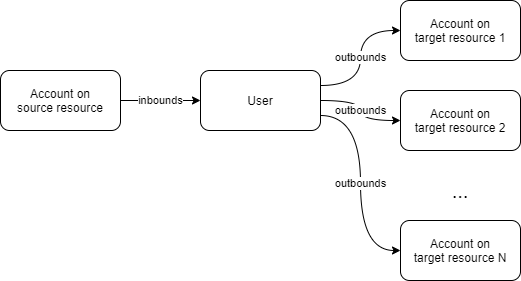
Evolveum/docs keeps this draw.io diagram as midpoint/projects/midscale/design/testing-design/system-perf-test/general.png. Above is the earlier version. Source tidied: cells renumbered, new cells last; positions are measured from the earlier drawing's top-left corner, leaving out a move shared by most shapes. Source of this version:
```xml
<mxGraphModel>
  <root>
    <mxCell id="0" />
    <mxCell id="1" parent="0" />
    <mxCell id="2" value="inbounds" style="edgeStyle=orthogonalEdgeStyle;rounded=0;jettySize=auto;html=1;exitX=1;exitY=0.5;exitDx=0;exitDy=0;entryX=0;entryY=0.5;entryDx=0;entryDy=0;" parent="1" edge="1" source="3" target="7">
      <mxGeometry relative="1" as="geometry" />
    </mxCell>
    <mxCell id="3" value="Account on&lt;br&gt;source resource" style="rounded=1;whiteSpace=wrap;html=1;" parent="1" vertex="1">
      <mxGeometry y="70" width="120" height="60" as="geometry" />
    </mxCell>
    <mxCell id="4" value="outbounds" style="edgeStyle=orthogonalEdgeStyle;curved=1;rounded=0;jettySize=auto;html=1;exitX=1;exitY=0.25;exitDx=0;exitDy=0;entryX=0;entryY=0.5;entryDx=0;entryDy=0;" parent="1" edge="1" source="7" target="8">
      <mxGeometry relative="1" as="geometry" />
    </mxCell>
    <mxCell id="5" value="outbounds" style="edgeStyle=orthogonalEdgeStyle;curved=1;rounded=0;jettySize=auto;html=1;exitX=1;exitY=0.5;exitDx=0;exitDy=0;entryX=0;entryY=0.5;entryDx=0;entryDy=0;" parent="1" edge="1" source="7" target="9">
      <mxGeometry relative="1" as="geometry" />
    </mxCell>
    <mxCell id="6" value="outbounds" style="edgeStyle=orthogonalEdgeStyle;curved=1;rounded=0;jettySize=auto;html=1;exitX=1;exitY=0.75;exitDx=0;exitDy=0;entryX=0;entryY=0.5;entryDx=0;entryDy=0;" parent="1" edge="1" source="7" target="10">
      <mxGeometry relative="1" as="geometry" />
    </mxCell>
    <mxCell id="7" value="User" style="rounded=1;whiteSpace=wrap;html=1;" parent="1" vertex="1">
      <mxGeometry x="200" y="70" width="120" height="60" as="geometry" />
    </mxCell>
    <mxCell id="8" value="Account on&lt;br&gt;target resource 1" style="rounded=1;whiteSpace=wrap;html=1;" parent="1" vertex="1">
      <mxGeometry x="400" width="120" height="60" as="geometry" />
    </mxCell>
    <mxCell id="9" value="Account on&lt;br&gt;target resource 2" style="rounded=1;whiteSpace=wrap;html=1;" parent="1" vertex="1">
      <mxGeometry x="400" y="90" width="120" height="60" as="geometry" />
    </mxCell>
    <mxCell id="10" value="Account on&lt;br&gt;target resource N" style="rounded=1;whiteSpace=wrap;html=1;" parent="1" vertex="1">
      <mxGeometry x="400" y="220" width="120" height="60" as="geometry" />
    </mxCell>
    <mxCell id="11" value="&lt;font style=&quot;font-size: 20px&quot;&gt;...&lt;/font&gt;" style="text;html=1;strokeColor=none;fillColor=none;align=center;verticalAlign=middle;whiteSpace=wrap;rounded=0;" parent="1" vertex="1">
      <mxGeometry x="440" y="180" width="40" height="20" as="geometry" />
    </mxCell>
  </root>
</mxGraphModel>
```
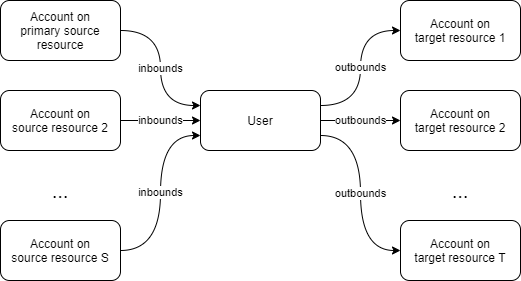
After the commit.

Change to the diagram source:
```diff
@@ -2,11 +2,11 @@
   <root>
     <mxCell id="0" />
     <mxCell id="1" parent="0" />
-    <mxCell id="2" value="inbounds" style="edgeStyle=orthogonalEdgeStyle;rounded=0;jettySize=auto;html=1;exitX=1;exitY=0.5;exitDx=0;exitDy=0;entryX=0;entryY=0.5;entryDx=0;entryDy=0;" parent="1" edge="1" source="3" target="7">
+    <mxCell id="2" value="inbounds" style="edgeStyle=orthogonalEdgeStyle;rounded=0;jettySize=auto;html=1;exitX=1;exitY=0.5;exitDx=0;exitDy=0;entryX=0;entryY=0.25;entryDx=0;entryDy=0;curved=1;" parent="1" edge="1" source="3" target="7">
       <mxGeometry relative="1" as="geometry" />
     </mxCell>
-    <mxCell id="3" value="Account on&lt;br&gt;source resource" style="rounded=1;whiteSpace=wrap;html=1;" parent="1" vertex="1">
-      <mxGeometry y="70" width="120" height="60" as="geometry" />
+    <mxCell id="3" value="Account on&lt;br&gt;primary source resource" style="rounded=1;whiteSpace=wrap;html=1;" parent="1" vertex="1">
+      <mxGeometry width="120" height="60" as="geometry" />
     </mxCell>
     <mxCell id="4" value="outbounds" style="edgeStyle=orthogonalEdgeStyle;curved=1;rounded=0;jettySize=auto;html=1;exitX=1;exitY=0.25;exitDx=0;exitDy=0;entryX=0;entryY=0.5;entryDx=0;entryDy=0;" parent="1" edge="1" source="7" target="8">
       <mxGeometry relative="1" as="geometry" />
@@ -18,7 +18,7 @@
       <mxGeometry relative="1" as="geometry" />
     </mxCell>
     <mxCell id="7" value="User" style="rounded=1;whiteSpace=wrap;html=1;" parent="1" vertex="1">
-      <mxGeometry x="200" y="70" width="120" height="60" as="geometry" />
+      <mxGeometry x="200" y="90" width="120" height="60" as="geometry" />
     </mxCell>
     <mxCell id="8" value="Account on&lt;br&gt;target resource 1" style="rounded=1;whiteSpace=wrap;html=1;" parent="1" vertex="1">
       <mxGeometry x="400" width="120" height="60" as="geometry" />
@@ -26,11 +26,26 @@
     <mxCell id="9" value="Account on&lt;br&gt;target resource 2" style="rounded=1;whiteSpace=wrap;html=1;" parent="1" vertex="1">
       <mxGeometry x="400" y="90" width="120" height="60" as="geometry" />
     </mxCell>
-    <mxCell id="10" value="Account on&lt;br&gt;target resource N" style="rounded=1;whiteSpace=wrap;html=1;" parent="1" vertex="1">
+    <mxCell id="10" value="Account on&lt;br&gt;target resource T" style="rounded=1;whiteSpace=wrap;html=1;" parent="1" vertex="1">
       <mxGeometry x="400" y="220" width="120" height="60" as="geometry" />
     </mxCell>
     <mxCell id="11" value="&lt;font style=&quot;font-size: 20px&quot;&gt;...&lt;/font&gt;" style="text;html=1;strokeColor=none;fillColor=none;align=center;verticalAlign=middle;whiteSpace=wrap;rounded=0;" parent="1" vertex="1">
       <mxGeometry x="440" y="180" width="40" height="20" as="geometry" />
     </mxCell>
+    <mxCell id="12" value="inbounds" style="edgeStyle=orthogonalEdgeStyle;curved=1;rounded=0;jettySize=auto;html=1;exitX=1;exitY=0.5;exitDx=0;exitDy=0;entryX=0;entryY=0.5;entryDx=0;entryDy=0;" parent="1" edge="1" source="13" target="7">
+      <mxGeometry relative="1" as="geometry" />
+    </mxCell>
+    <mxCell id="13" value="Account on&lt;br&gt;source resource 2" style="rounded=1;whiteSpace=wrap;html=1;" parent="1" vertex="1">
+      <mxGeometry y="90" width="120" height="60" as="geometry" />
+    </mxCell>
+    <mxCell id="14" value="Account on&lt;br&gt;source resource S" style="rounded=1;whiteSpace=wrap;html=1;" parent="1" vertex="1">
+      <mxGeometry y="220" width="120" height="60" as="geometry" />
+    </mxCell>
+    <mxCell id="15" value="&lt;font style=&quot;font-size: 20px&quot;&gt;...&lt;/font&gt;" style="text;html=1;strokeColor=none;fillColor=none;align=center;verticalAlign=middle;whiteSpace=wrap;rounded=0;" parent="1" vertex="1">
+      <mxGeometry x="40" y="180" width="40" height="20" as="geometry" />
+    </mxCell>
+    <mxCell id="16" value="inbounds" style="edgeStyle=orthogonalEdgeStyle;curved=1;rounded=0;jettySize=auto;html=1;entryX=0;entryY=0.75;entryDx=0;entryDy=0;exitX=1;exitY=0.5;exitDx=0;exitDy=0;" parent="1" edge="1" source="14" target="7">
+      <mxGeometry relative="1" as="geometry" />
+    </mxCell>
   </root>
 </mxGraphModel>
```
